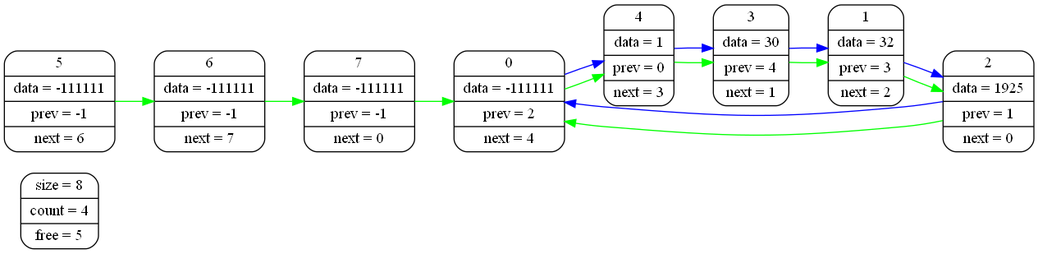
Earlier version of the Graphviz export Dump.png (Lkz-10/List). Its source is kept beside it as Dump.dot.
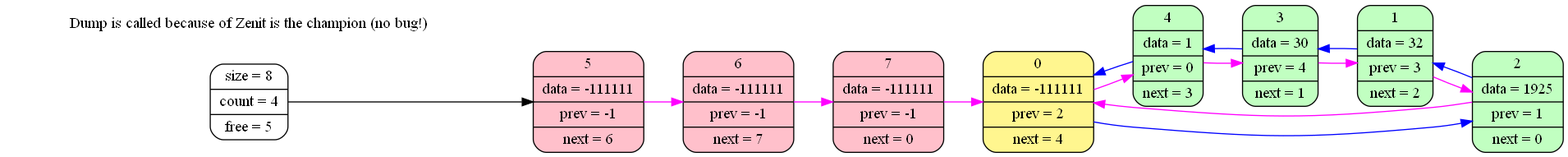
After the commit.

Commit message:
No cringe, norm dump

The edit, as a diff of the source:
```diff
@@ -1,16 +1,18 @@
 digraph G
 {
    rankdir=LR;
-   info [shape = Mrecord, label = "size =   8 | count =   4 | free =   5" ];
-   0 [shape = Mrecord, label = "  0 | data = -111111 | prev =   2 | next =   4" ];
-   1 [shape = Mrecord, label = "  1 | data =      32 | prev =   3 | next =   2" ];
-   2 [shape = Mrecord, label = "  2 | data =    1925 | prev =   1 | next =   0" ];
-   3 [shape = Mrecord, label = "  3 | data =      30 | prev =   4 | next =   1" ];
-   4 [shape = Mrecord, label = "  4 | data =       1 | prev =   0 | next =   3" ];
-   5 [shape = Mrecord, label = "  5 | data = -111111 | prev =  -1 | next =   6" ];
-   6 [shape = Mrecord, label = "  6 | data = -111111 | prev =  -1 | next =   7" ];
-   7 [shape = Mrecord, label = "  7 | data = -111111 | prev =  -1 | next =   0" ];
-   edge[color="green"];
+   info [shape = Mrecord,  label = "size =   8 | count =   4 | free =   5" ];
+   4 [shape = Mrecord, style = "filled", fillcolor = "darkseagreen1",label = "  4 | data =       1 | prev =   0 | next =   3" ];
+   3 [shape = Mrecord, style = "filled", fillcolor = "darkseagreen1",label = "  3 | data =      30 | prev =   4 | next =   1" ];
+   1 [shape = Mrecord, style = "filled", fillcolor = "darkseagreen1",label = "  1 | data =      32 | prev =   3 | next =   2" ];
+   2 [shape = Mrecord, style = "filled", fillcolor = "darkseagreen1",label = "  2 | data =    1925 | prev =   1 | next =   0" ];
+   0 [shape = Mrecord, style = "filled", fillcolor = "khaki1",label = "  0 | data = -111111 | prev =   2 | next =   4" ];
+   5 [shape = Mrecord, style = "filled", fillcolor = "pink",label = "  5 | data = -111111 | prev =  -1 | next =   6" ];
+   6 [shape = Mrecord, style = "filled", fillcolor = "pink",label = "  6 | data = -111111 | prev =  -1 | next =   7" ];
+   7 [shape = Mrecord, style = "filled", fillcolor = "pink",label = "  7 | data = -111111 | prev =  -1 | next =   0" ];
+description [color = "white", label = "Dump is called because of Zenit is the champion (no bug!)"];
+info -> 5;
+   edge[color="fuchsia"];
    0 -> 4;
    1 -> 2;
    2 -> 0;
@@ -20,9 +22,9 @@
    6 -> 7;
    7 -> 0;
    edge[color="blue"];
-   2 -> 0;
-   3 -> 1;
-   1 -> 2;
-   4 -> 3;
-   0 -> 4;
+   0 -> 2;
+   1 -> 3;
+   2 -> 1;
+   3 -> 4;
+   4 -> 0;
 }
```
